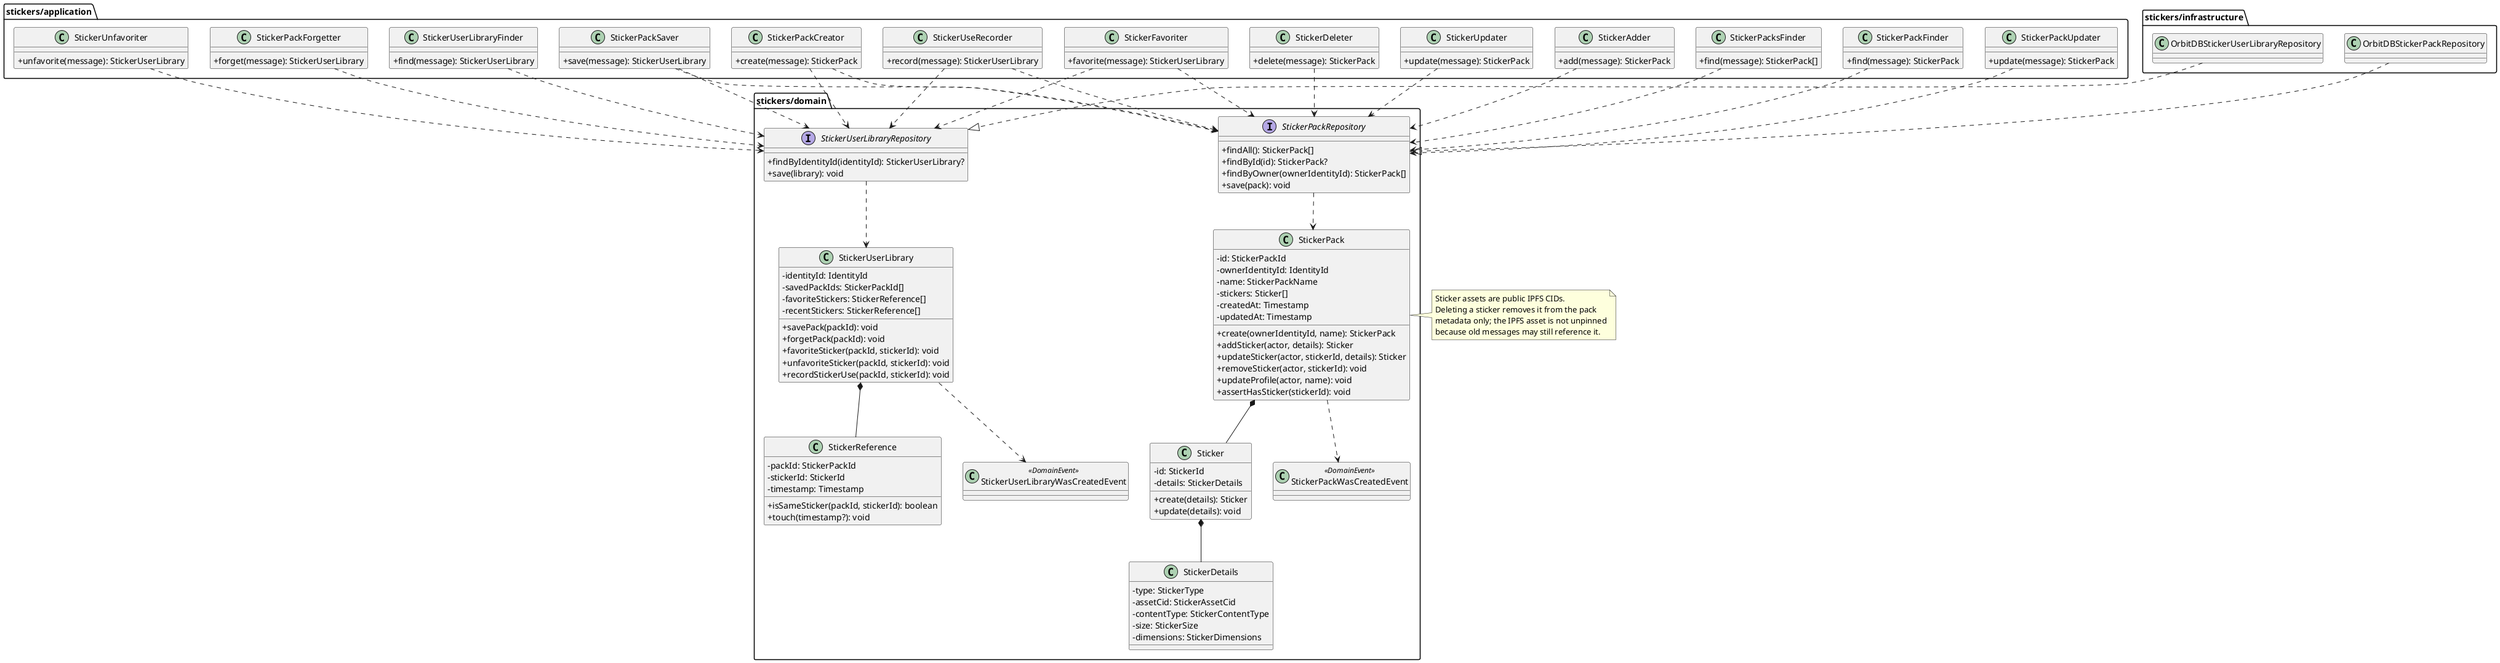
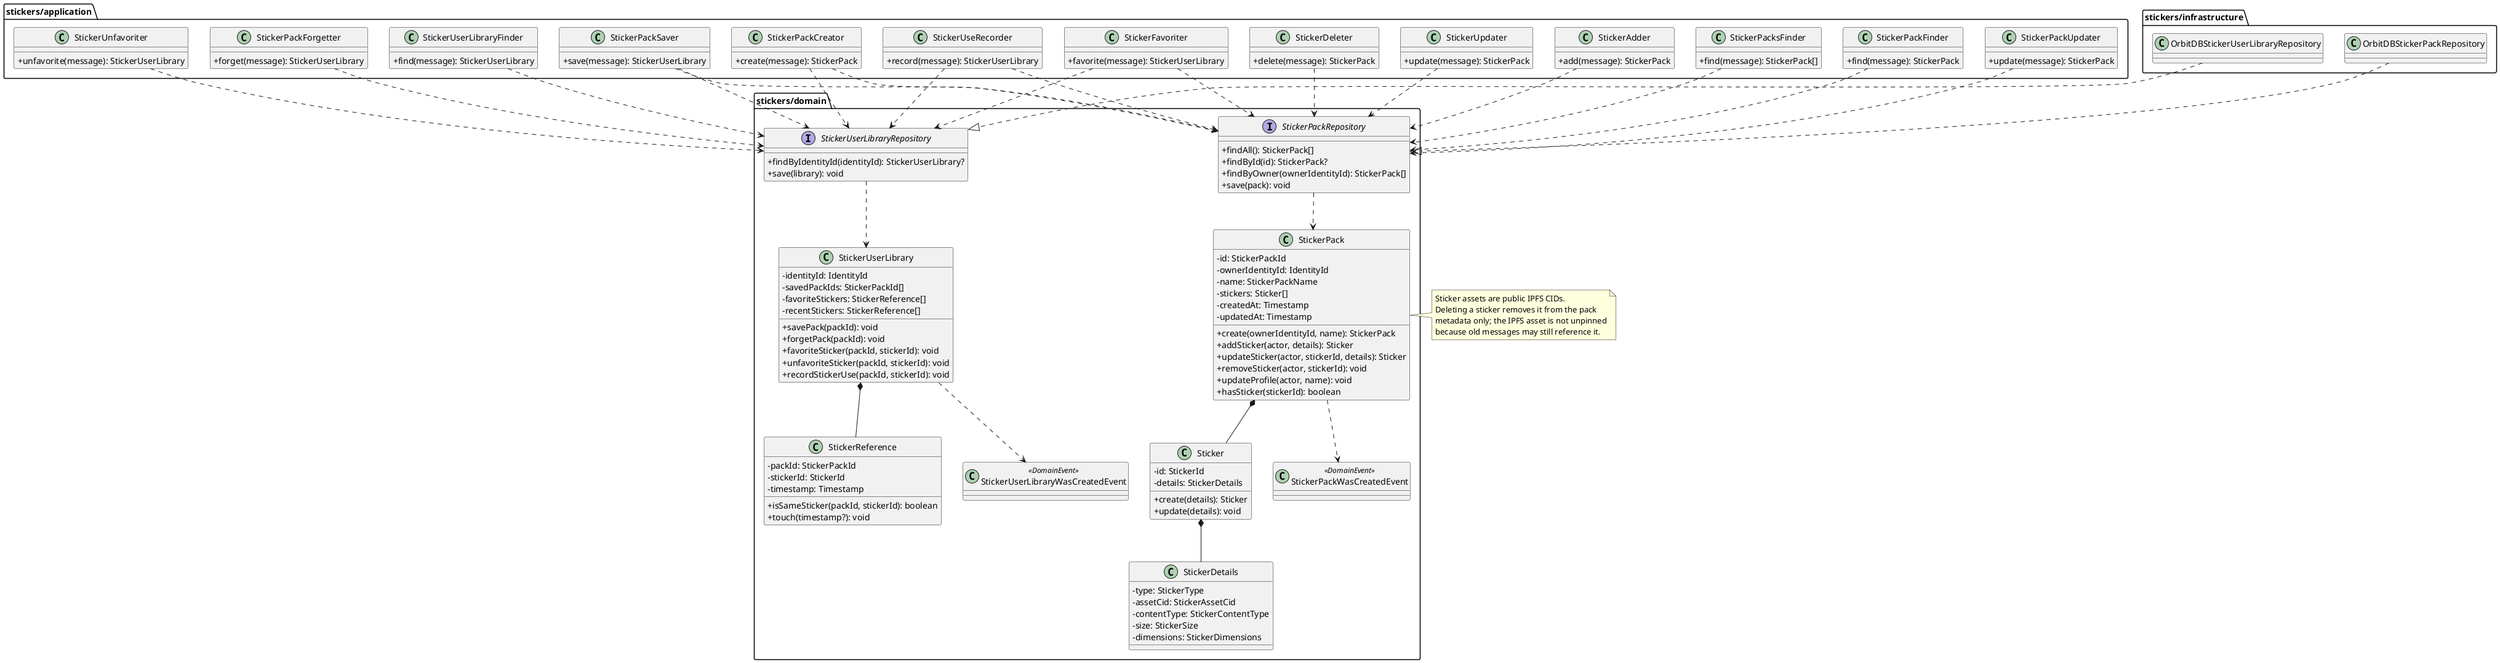
@startuml StickersClasses

skinparam classAttributeIconSize 0

package "stickers/application" {
  class StickerPackCreator {
    + create(message): StickerPack
  }
  class StickerPackUpdater {
    + update(message): StickerPack
  }
  class StickerPackFinder {
    + find(message): StickerPack
  }
  class StickerPacksFinder {
    + find(message): StickerPack[]
  }
  class StickerAdder {
    + add(message): StickerPack
  }
  class StickerUpdater {
    + update(message): StickerPack
  }
  class StickerDeleter {
    + delete(message): StickerPack
  }
  class StickerUserLibraryFinder {
    + find(message): StickerUserLibrary
  }
  class StickerPackSaver {
    + save(message): StickerUserLibrary
  }
  class StickerPackForgetter {
    + forget(message): StickerUserLibrary
  }
  class StickerFavoriter {
    + favorite(message): StickerUserLibrary
  }
  class StickerUnfavoriter {
    + unfavorite(message): StickerUserLibrary
  }
  class StickerUseRecorder {
    + record(message): StickerUserLibrary
  }
}

package "stickers/domain" {
  class StickerPack {
    - id: StickerPackId
    - ownerIdentityId: IdentityId
    - name: StickerPackName
    - stickers: Sticker[]
    - createdAt: Timestamp
    - updatedAt: Timestamp
    + create(ownerIdentityId, name): StickerPack
    + addSticker(actor, details): Sticker
    + updateSticker(actor, stickerId, details): Sticker
    + removeSticker(actor, stickerId): void
    + updateProfile(actor, name): void
-     + assertHasSticker(stickerId): void
+     + hasSticker(stickerId): boolean
  }

  class Sticker {
    - id: StickerId
    - details: StickerDetails
    + create(details): Sticker
    + update(details): void
  }

  class StickerDetails {
    - type: StickerType
    - assetCid: StickerAssetCid
    - contentType: StickerContentType
    - size: StickerSize
    - dimensions: StickerDimensions
  }

  class StickerUserLibrary {
    - identityId: IdentityId
    - savedPackIds: StickerPackId[]
    - favoriteStickers: StickerReference[]
    - recentStickers: StickerReference[]
    + savePack(packId): void
    + forgetPack(packId): void
    + favoriteSticker(packId, stickerId): void
    + unfavoriteSticker(packId, stickerId): void
    + recordStickerUse(packId, stickerId): void
  }

  class StickerReference {
    - packId: StickerPackId
    - stickerId: StickerId
    - timestamp: Timestamp
    + isSameSticker(packId, stickerId): boolean
    + touch(timestamp?): void
  }

  interface StickerPackRepository {
    + findAll(): StickerPack[]
    + findById(id): StickerPack?
    + findByOwner(ownerIdentityId): StickerPack[]
    + save(pack): void
  }

  interface StickerUserLibraryRepository {
    + findByIdentityId(identityId): StickerUserLibrary?
    + save(library): void
  }

  class StickerPackWasCreatedEvent <<DomainEvent>>
  class StickerUserLibraryWasCreatedEvent <<DomainEvent>>

  StickerPack *-- Sticker
  Sticker *-- StickerDetails
  StickerUserLibrary *-- StickerReference
  StickerPack ..> StickerPackWasCreatedEvent
  StickerUserLibrary ..> StickerUserLibraryWasCreatedEvent
  StickerPackRepository ..> StickerPack
  StickerUserLibraryRepository ..> StickerUserLibrary
}

package "stickers/infrastructure" {
  class OrbitDBStickerPackRepository
  class OrbitDBStickerUserLibraryRepository

  OrbitDBStickerPackRepository ..|> StickerPackRepository
  OrbitDBStickerUserLibraryRepository ..|> StickerUserLibraryRepository
}

StickerPackCreator ..> StickerPackRepository
StickerPackCreator ..> StickerUserLibraryRepository
StickerPackUpdater ..> StickerPackRepository
StickerPackFinder ..> StickerPackRepository
StickerPacksFinder ..> StickerPackRepository
StickerAdder ..> StickerPackRepository
StickerUpdater ..> StickerPackRepository
StickerDeleter ..> StickerPackRepository
StickerUserLibraryFinder ..> StickerUserLibraryRepository
StickerPackSaver ..> StickerPackRepository
StickerPackSaver ..> StickerUserLibraryRepository
StickerPackForgetter ..> StickerUserLibraryRepository
StickerFavoriter ..> StickerPackRepository
StickerFavoriter ..> StickerUserLibraryRepository
StickerUnfavoriter ..> StickerUserLibraryRepository
StickerUseRecorder ..> StickerPackRepository
StickerUseRecorder ..> StickerUserLibraryRepository

note right of StickerPack
  Sticker assets are public IPFS CIDs.
  Deleting a sticker removes it from the pack
  metadata only; the IPFS asset is not unpinned
  because old messages may still reference it.
end note

@enduml
